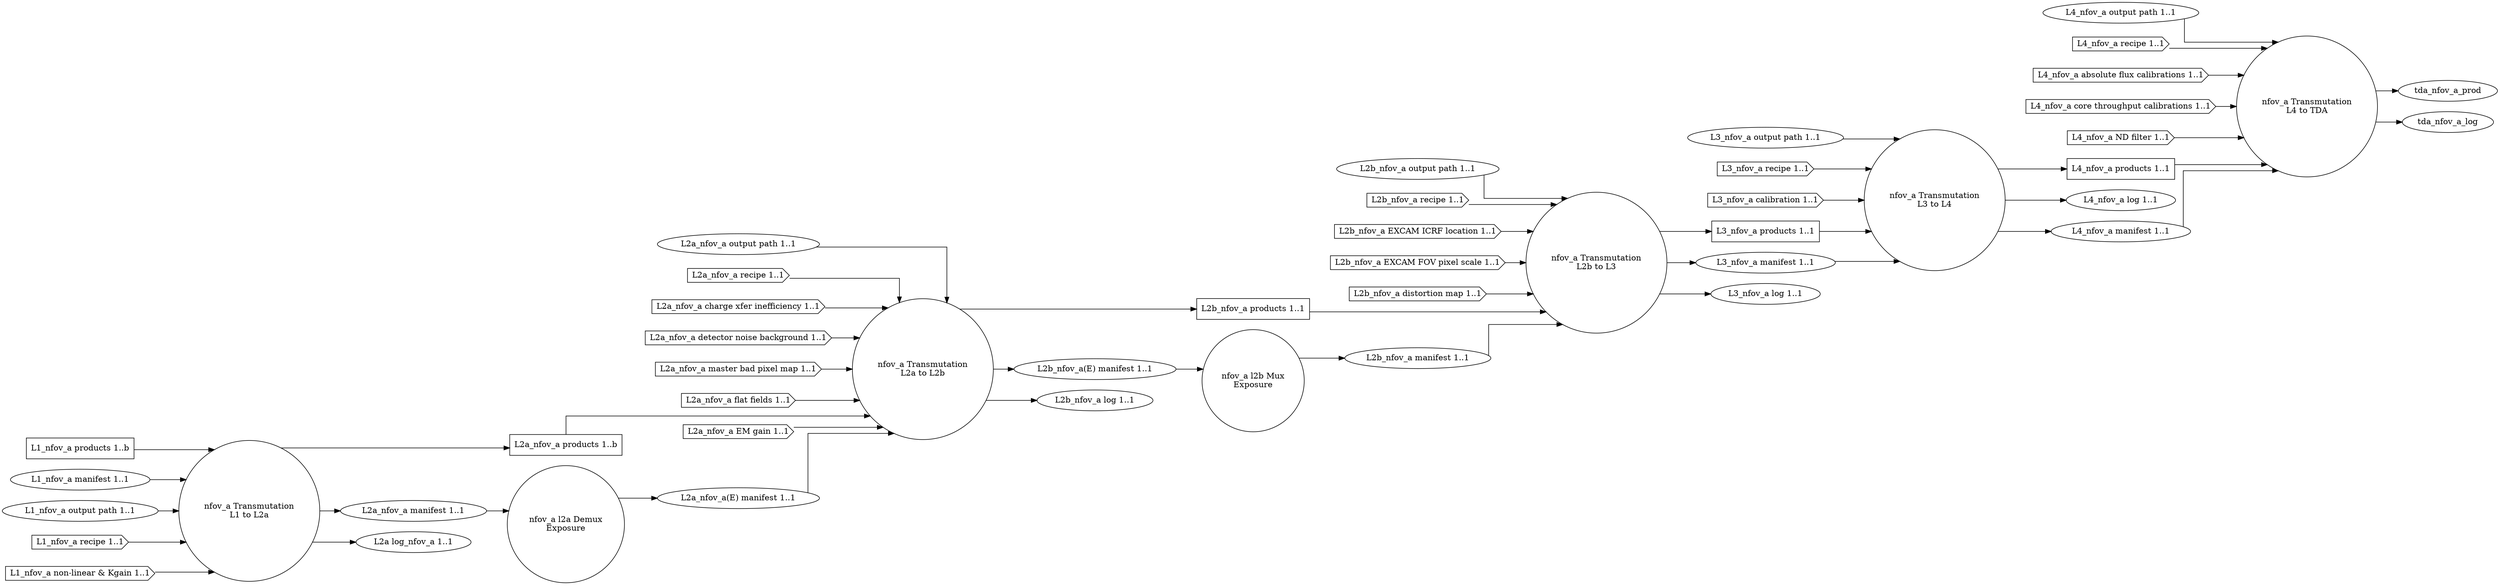
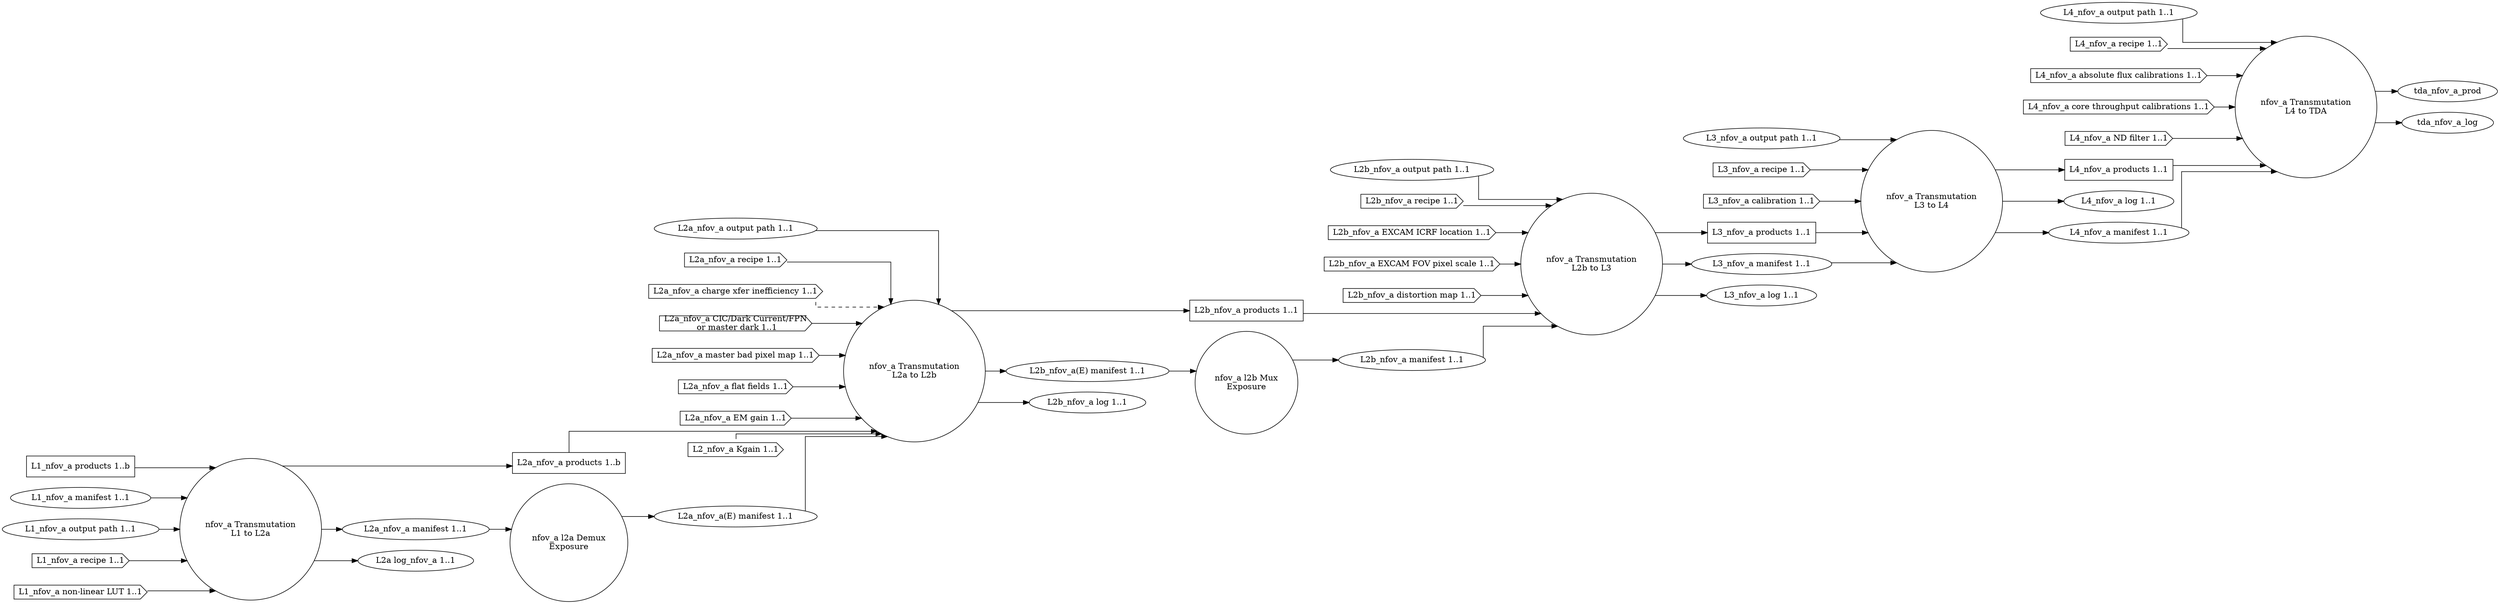
- digraph AbstractDesign
+ digraph NarrowFieldOfViewAnalog
{
  graph [splines="ortho", rankdir=LR];

  trans_nfov_a_l1_l2a [label="nfov_a Transmutation\nL1 to L2a", shape="circle"];
  l2a_nfov_a_demux [label="nfov_a l2a Demux\nExposure" shape="circle"];
  trans_nfov_a_l2a_l2b [label="nfov_a Transmutation\nL2a to L2b", shape="circle"];
  l2b_nfov_a_mux [label="nfov_a l2b Mux\nExposure", shape="circle"];
  trans_nfov_a_l2b_l3 [label="nfov_a Transmutation\nL2b to L3", shape="circle"];
  trans_nfov_a_l3_l4 [label="nfov_a Transmutation\nL3 to L4", shape="circle"];
  trans_nfov_a_l4_tda [label="nfov_a Transmutation\nL4 to TDA", shape="circle"];

  l1_nfov_a_prod [label="L1_nfov_a products 1..b", shape="rectangle"];
  l1_nfov_a_man [label="L1_nfov_a manifest 1..1", shape="ellipse"];
  l1_nfov_a_odir [label="L1_nfov_a output path 1..1", shape="ellipse"];
  l1_nfov_a_rec [label="L1_nfov_a recipe 1..1", shape="cds"];
-   l1_nfov_a_nln [label="L1_nfov_a non-linear & Kgain 1..1", shape="cds"];
+   l1_nfov_a_nllut [label="L1_nfov_a non-linear LUT 1..1", shape="cds"];

  l2a_nfov_a_prod [label="L2a_nfov_a products 1..b", shape="rectangle"];
  l2a_nfov_a_man [label="L2a_nfov_a manifest 1..1", shape="ellipse"];
  l2a_nfov_a_odir [label="L2a_nfov_a output path 1..1", shape="ellipse"];
  l2a_nfov_a_rec [label="L2a_nfov_a recipe 1..1", shape="cds"];
  l2a_nfov_a_cti [label="L2a_nfov_a charge xfer inefficiency 1..1", shape="cds"];
-   l2a_nfov_a_dnb [label="L2a_nfov_a detector noise background 1..1", shape="cds"];
+   l2a_nfov_a_dnb [label="L2a_nfov_a CIC/Dark Current/FPN\n or master dark 1..1", shape="cds"];
  l2a_nfov_a_mbpm [label="L2a_nfov_a master bad pixel map 1..1", shape="cds"];
  l2a_nfov_a_ff [label="L2a_nfov_a flat fields 1..1", shape="cds"];
  l2a_nfov_a_emg [label="L2a_nfov_a EM gain 1..1", shape="cds"];
+   l2a_nfov_a_kgain [label="L2_nfov_a Kgain 1..1", shape="cds"];
  l2a_nfov_a_log [label="L2a log_nfov_a 1..1", shape="ellipse"];
  l2a_nfov_a_man_demux [label="L2a_nfov_a(E) manifest 1..1", shape="ellipse"];

  l2b_nfov_a_prod [label="L2b_nfov_a products 1..1", shape="rectangle"];
  l2b_nfov_a_man [label="L2b_nfov_a manifest 1..1", shape="ellipse"];
  l2b_nfov_a_odir [label="L2b_nfov_a output path 1..1", shape="ellipse"];
  l2b_nfov_a_rec [label="L2b_nfov_a recipe 1..1", shape="cds"];
  l2b_nfov_a_excicrf [label="L2b_nfov_a EXCAM ICRF location 1..1", shape="cds"];
  l2b_nfov_a_excfovps [label="L2b_nfov_a EXCAM FOV pixel scale 1..1", shape="cds"];
  l2b_nfov_a_distm [label="L2b_nfov_a distortion map 1..1", shape="cds"];
  l2b_nfov_a_man_demux [label="L2b_nfov_a(E) manifest 1..1", shape="ellipse"];
  l2b_nfov_a_log [label="L2b_nfov_a log 1..1", shape="ellipse"];

  l3_nfov_a_prod [label="L3_nfov_a products 1..1", shape="rectangle"];
  l3_nfov_a_odir [label="L3_nfov_a output path 1..1", shape="ellipse"];
  l3_nfov_a_man [label="L3_nfov_a manifest 1..1", shape="ellipse"];
  l3_nfov_a_rec [label="L3_nfov_a recipe 1..1", shape="cds"];
  l3_nfov_a_cal [label="L3_nfov_a calibration 1..1", shape="cds"];
  l3_nfov_a_log [label="L3_nfov_a log 1..1", shape="ellipse"];

  l4_nfov_a_prod [label="L4_nfov_a products 1..1", shape="rectangle"];
  l4_nfov_a_odir [label="L4_nfov_a output path 1..1", shape="ellipse"];
  l4_nfov_a_log [label="L4_nfov_a log 1..1", shape="ellipse"];
  l4_nfov_a_man [label="L4_nfov_a manifest 1..1", shape="ellipse"];
  l4_nfov_a_rec [label="L4_nfov_a recipe 1..1", shape="cds"];
  l4_nfov_a_afcal [label="L4_nfov_a absolute flux calibrations 1..1", shape="cds"];
  l4_nfov_a_ctcal [label="L4_nfov_a core throughput calibrations 1..1", shape="cds"];
  l4_nfov_a_ndfilt [label="L4_nfov_a ND filter 1..1", shape="cds"];

  l1_nfov_a_prod -> trans_nfov_a_l1_l2a;
  l1_nfov_a_man -> trans_nfov_a_l1_l2a;
  l1_nfov_a_odir -> trans_nfov_a_l1_l2a;
  l1_nfov_a_rec -> trans_nfov_a_l1_l2a;
-   l1_nfov_a_nln -> trans_nfov_a_l1_l2a;
+   l1_nfov_a_nllut -> trans_nfov_a_l1_l2a;

  trans_nfov_a_l1_l2a -> l2a_nfov_a_prod;
  trans_nfov_a_l1_l2a -> l2a_nfov_a_man;
  trans_nfov_a_l1_l2a -> l2a_nfov_a_log;

  l2a_nfov_a_prod -> trans_nfov_a_l2a_l2b;
+   l2a_nfov_a_kgain -> trans_nfov_a_l2a_l2b;
  l2a_nfov_a_odir -> trans_nfov_a_l2a_l2b;
  l2a_nfov_a_rec -> trans_nfov_a_l2a_l2b;
-   l2a_nfov_a_cti -> trans_nfov_a_l2a_l2b;
+   l2a_nfov_a_cti -> trans_nfov_a_l2a_l2b [style="dashed"];
  l2a_nfov_a_dnb -> trans_nfov_a_l2a_l2b;
  l2a_nfov_a_mbpm -> trans_nfov_a_l2a_l2b;
  l2a_nfov_a_ff -> trans_nfov_a_l2a_l2b;
  l2a_nfov_a_emg -> trans_nfov_a_l2a_l2b;

  trans_nfov_a_l2a_l2b -> l2b_nfov_a_prod;
  trans_nfov_a_l2a_l2b -> l2b_nfov_a_man_demux;
  trans_nfov_a_l2a_l2b -> l2b_nfov_a_log;

  l2a_nfov_a_man -> l2a_nfov_a_demux;
  l2a_nfov_a_demux -> l2a_nfov_a_man_demux;
  l2a_nfov_a_man_demux -> trans_nfov_a_l2a_l2b;

  l2b_nfov_a_man_demux -> l2b_nfov_a_mux;
  l2b_nfov_a_mux -> l2b_nfov_a_man;

  l2b_nfov_a_prod -> trans_nfov_a_l2b_l3;
  l2b_nfov_a_man -> trans_nfov_a_l2b_l3;
  l2b_nfov_a_odir -> trans_nfov_a_l2b_l3;
  l2b_nfov_a_rec -> trans_nfov_a_l2b_l3;
  l2b_nfov_a_excicrf -> trans_nfov_a_l2b_l3;
  l2b_nfov_a_excfovps -> trans_nfov_a_l2b_l3;
  l2b_nfov_a_distm -> trans_nfov_a_l2b_l3;
  trans_nfov_a_l2b_l3 -> l3_nfov_a_prod;
  trans_nfov_a_l2b_l3 -> l3_nfov_a_man;
  trans_nfov_a_l2b_l3 -> l3_nfov_a_log;

  l3_nfov_a_prod -> trans_nfov_a_l3_l4;
  l3_nfov_a_man -> trans_nfov_a_l3_l4;
  l3_nfov_a_odir -> trans_nfov_a_l3_l4;
  l3_nfov_a_rec -> trans_nfov_a_l3_l4;
  l3_nfov_a_cal -> trans_nfov_a_l3_l4;
  trans_nfov_a_l3_l4 -> l4_nfov_a_prod;
  trans_nfov_a_l3_l4 -> l4_nfov_a_log;
  trans_nfov_a_l3_l4 -> l4_nfov_a_man;

  l4_nfov_a_prod -> trans_nfov_a_l4_tda;
  l4_nfov_a_man -> trans_nfov_a_l4_tda;
  l4_nfov_a_odir -> trans_nfov_a_l4_tda;
  l4_nfov_a_rec -> trans_nfov_a_l4_tda;
  l4_nfov_a_afcal -> trans_nfov_a_l4_tda;
  l4_nfov_a_ctcal -> trans_nfov_a_l4_tda;
  l4_nfov_a_ndfilt -> trans_nfov_a_l4_tda;
  trans_nfov_a_l4_tda -> tda_nfov_a_prod;
  trans_nfov_a_l4_tda -> tda_nfov_a_log;
}
